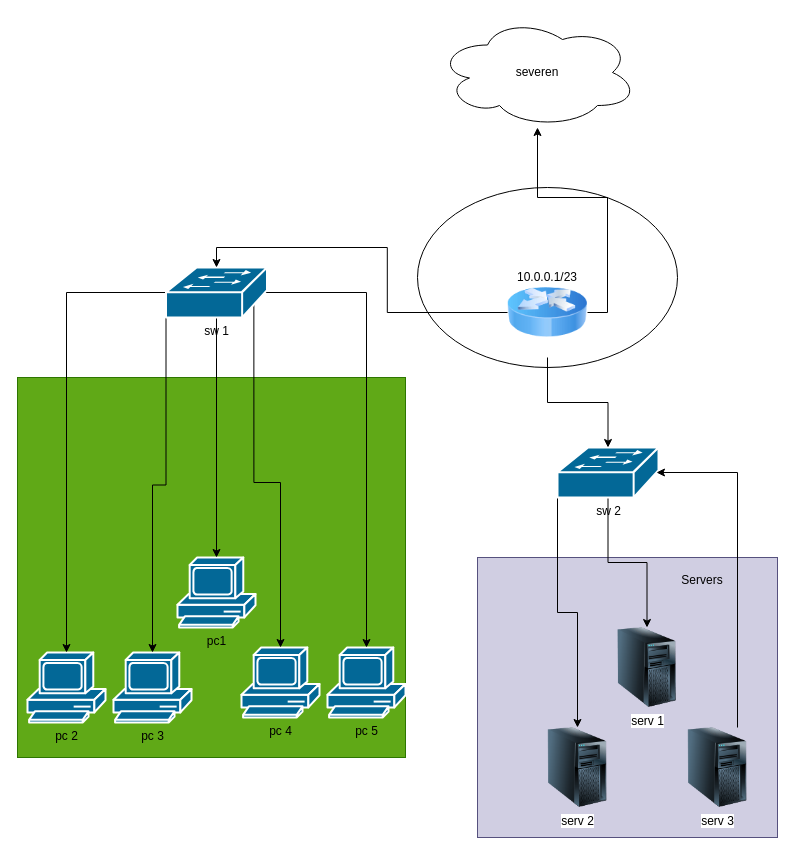
admin1350/PetroStudying keeps this draw.io diagram as Диаграмма без названия.drawio. Above is the earlier version. Source tidied: cells renumbered, new cells numbered last; positions are measured from the earlier drawing's top-left corner, leaving out a move shared by most shapes. Both pictures are drawn from the tidied source at 100%, with x=0, y=0 at pixel (17, 17).
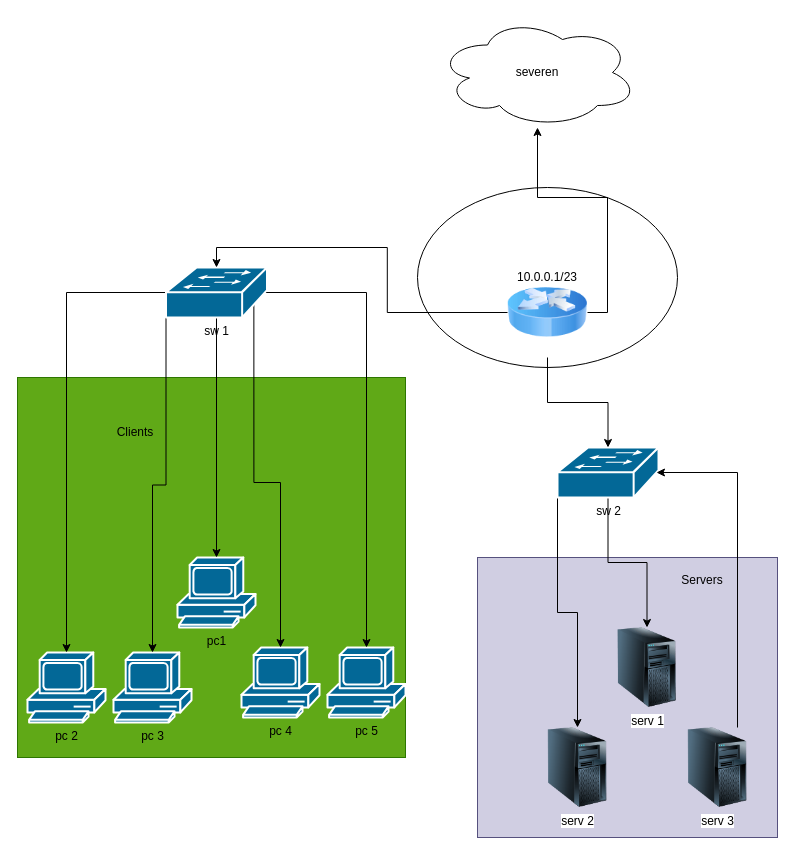
Above is the later version.

Change to the diagram source:
```diff
@@
+    <mxCell id="29" value="&lt;div&gt;Clients&lt;/div&gt;" style="text;html=1;whiteSpace=wrap;strokeColor=none;fillColor=none;align=center;verticalAlign=middle;rounded=0;" parent="1" vertex="1">
+      <mxGeometry x="88" y="400" width="60" height="30" as="geometry" />
+    </mxCell>
```
